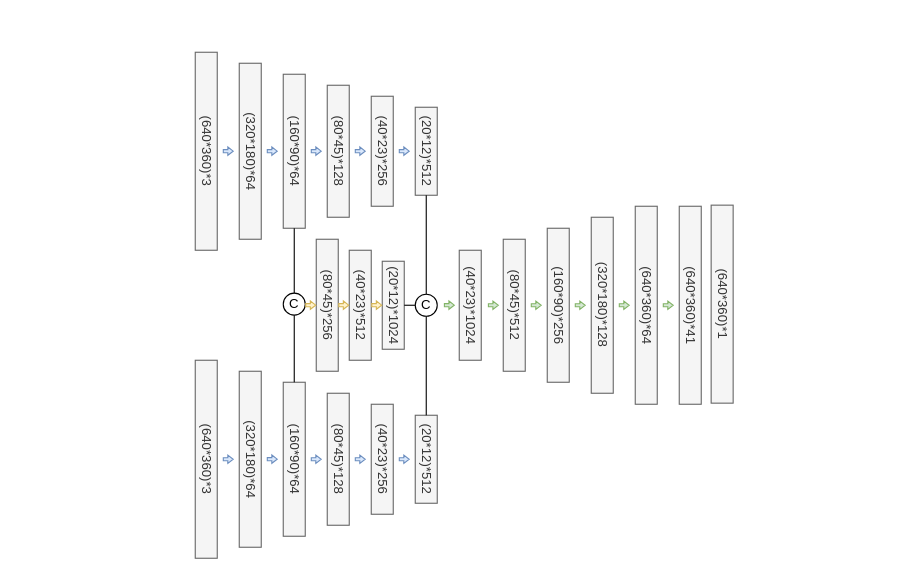
HoangHongNgo/examples keeps this draw.io diagram as Diagramme sans nom.drawio. Above is the earlier version. Source tidied: cells renumbered, new cells numbered last; positions are measured from the earlier drawing's top-left corner, leaving out a move shared by most shapes. Both pictures are drawn from the tidied source at 110%, with x=0, y=0 at pixel (195, 52).
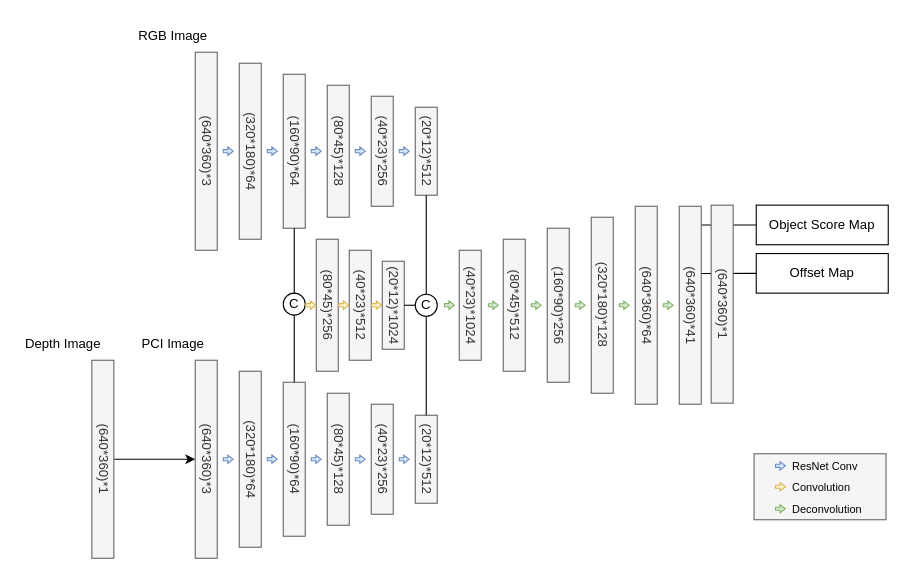
Above is the later version.

The change refers to these unchanged cells:
```xml
<mxCell id="7" value="(640*360)*3" style="rounded=0;whiteSpace=wrap;html=1;textDirection=vertical-lr;fillColor=#f5f5f5;fontColor=#333333;strokeColor=#666666;" parent="1" vertex="1">
  <mxGeometry y="280" width="20" height="180" as="geometry" />
</mxCell>
<mxCell id="28" value="(640*360)*41" style="rounded=0;whiteSpace=wrap;html=1;textDirection=vertical-lr;fillColor=#f5f5f5;fontColor=#333333;strokeColor=#666666;" parent="1" vertex="1">
  <mxGeometry x="440" y="140" width="20" height="180" as="geometry" />
</mxCell>
```

Diff of the diagram source:
```diff
@@
+    <mxCell id="50" style="endArrow=none;html=1;rounded=0;entryX=0;entryY=0.5;entryDx=0;entryDy=0;exitX=0.981;exitY=0.34;exitDx=0;exitDy=0;exitPerimeter=0;" parent="1" edge="1" source="28" target="65">
+      <mxGeometry relative="1" as="geometry" />
+    </mxCell>
+    <mxCell id="51" style="endArrow=none;html=1;rounded=0;entryX=0;entryY=0.5;entryDx=0;entryDy=0;exitX=0.996;exitY=0.095;exitDx=0;exitDy=0;exitPerimeter=0;" parent="1" edge="1" source="28" target="64">
+      <mxGeometry relative="1" as="geometry" />
+    </mxCell>
+    <mxCell id="52" style="rounded=0;whiteSpace=wrap;html=1;fillColor=#f5f5f5;fontColor=#333333;strokeColor=#666666;" parent="1" vertex="1">
+      <mxGeometry x="508" y="365" width="120" height="60" as="geometry" />
+    </mxCell>
@@
+    <mxCell id="53" style="shape=flexArrow;endArrow=classic;html=1;rounded=0;endWidth=3.7373737373737366;endSize=1.293283582089552;width=2.835820895522388;textDirection=vertical-lr;fillColor=#dae8fc;strokeColor=#6c8ebf;" parent="1" edge="1">
+      <mxGeometry relative="1" as="geometry">
+        <mxPoint x="527" y="376" as="sourcePoint" />
+        <mxPoint x="537" y="376" as="targetPoint" />
+      </mxGeometry>
+    </mxCell>
+    <mxCell id="54" value="ResNet Conv" style="text;html=1;align=left;verticalAlign=middle;whiteSpace=wrap;rounded=0;fontSize=10;" parent="1" vertex="1">
+      <mxGeometry x="541" y="361" width="70" height="30" as="geometry" />
+    </mxCell>
+    <mxCell id="55" style="shape=flexArrow;endArrow=classic;html=1;rounded=0;endWidth=3.7373737373737366;endSize=1.293283582089552;width=2.835820895522388;textDirection=vertical-lr;fillColor=#fff2cc;strokeColor=#d6b656;" parent="1" edge="1">
+      <mxGeometry relative="1" as="geometry">
+        <mxPoint x="527" y="395" as="sourcePoint" />
+        <mxPoint x="537" y="395" as="targetPoint" />
+      </mxGeometry>
+    </mxCell>
+    <mxCell id="56" value="Convolution" style="text;html=1;align=left;verticalAlign=middle;whiteSpace=wrap;rounded=0;fontSize=10;" parent="1" vertex="1">
+      <mxGeometry x="541" y="380" width="70" height="30" as="geometry" />
+    </mxCell>
+    <mxCell id="57" style="shape=flexArrow;endArrow=classic;html=1;rounded=0;endWidth=3.7373737373737366;endSize=1.293283582089552;width=2.835820895522388;textDirection=vertical-lr;fillColor=#d5e8d4;strokeColor=#82b366;" parent="1" edge="1">
+      <mxGeometry relative="1" as="geometry">
+        <mxPoint x="527" y="415" as="sourcePoint" />
+        <mxPoint x="537" y="415" as="targetPoint" />
+      </mxGeometry>
+    </mxCell>
+    <mxCell id="58" value="Deconvolution" style="text;html=1;align=left;verticalAlign=middle;whiteSpace=wrap;rounded=0;fontSize=10;" parent="1" vertex="1">
+      <mxGeometry x="541" y="400" width="70" height="30" as="geometry" />
+    </mxCell>
+    <mxCell id="59" value="RGB Image" style="text;html=1;align=center;verticalAlign=middle;whiteSpace=wrap;rounded=0;" parent="1" vertex="1">
+      <mxGeometry x="-60" y="-30" width="80" height="30" as="geometry" />
+    </mxCell>
+    <mxCell id="60" value="Depth Image" style="text;html=1;align=center;verticalAlign=middle;whiteSpace=wrap;rounded=0;" parent="1" vertex="1">
+      <mxGeometry x="-160" y="250" width="80" height="30" as="geometry" />
+    </mxCell>
+    <mxCell id="61" style="edgeStyle=orthogonalEdgeStyle;rounded=0;jettySize=auto;html=1;" parent="1" edge="1" source="62" target="7">
+      <mxGeometry relative="1" as="geometry" />
+    </mxCell>
+    <mxCell id="62" value="(640*360)*1" style="rounded=0;whiteSpace=wrap;html=1;textDirection=vertical-lr;fillColor=#f5f5f5;fontColor=#333333;strokeColor=#666666;" parent="1" vertex="1">
+      <mxGeometry x="-94" y="280" width="20" height="180" as="geometry" />
+    </mxCell>
+    <mxCell id="63" value="PCI Image" style="text;html=1;align=center;verticalAlign=middle;whiteSpace=wrap;rounded=0;" parent="1" vertex="1">
+      <mxGeometry x="-60" y="250" width="80" height="30" as="geometry" />
+    </mxCell>
+    <mxCell id="64" value="Object Score Map" style="rounded=0;whiteSpace=wrap;html=1;" parent="1" vertex="1">
+      <mxGeometry x="510" y="139" width="120" height="36" as="geometry" />
+    </mxCell>
+    <mxCell id="65" value="Offset Map" style="rounded=0;whiteSpace=wrap;html=1;" parent="1" vertex="1">
+      <mxGeometry x="510" y="183" width="120" height="36" as="geometry" />
+    </mxCell>
```
